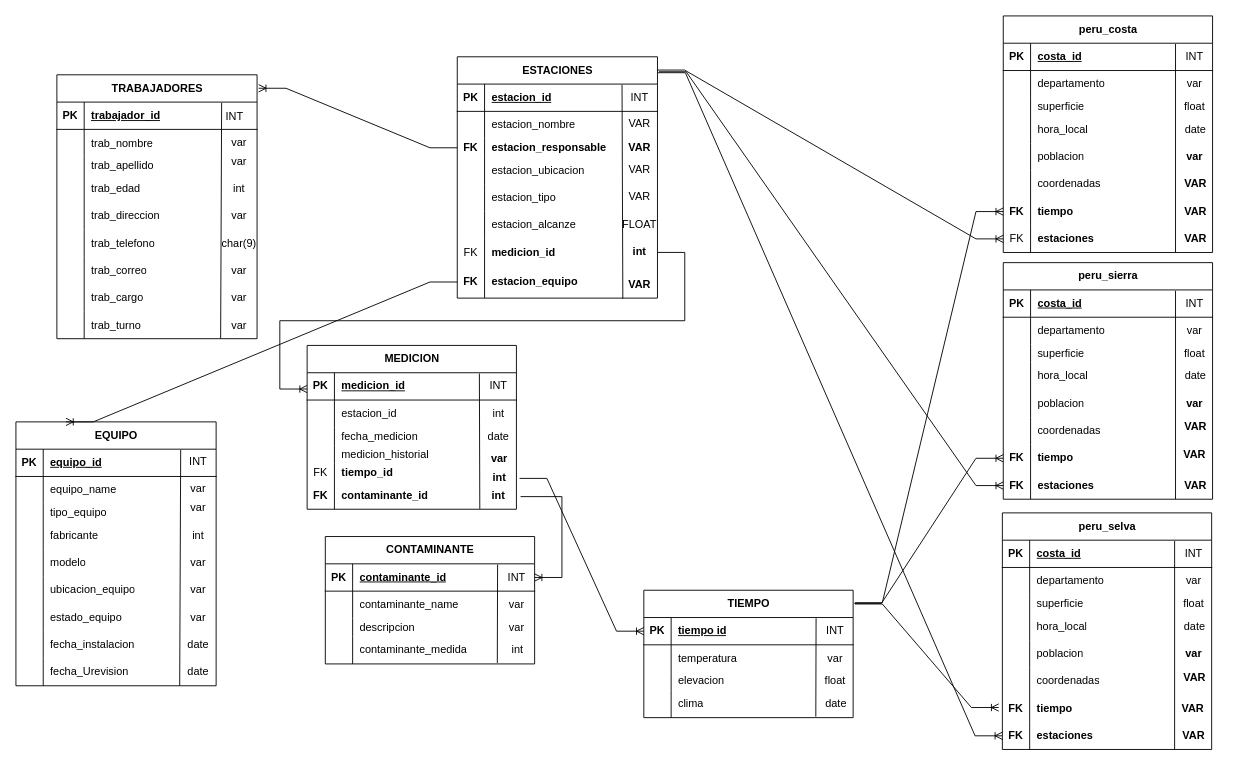
Above: Diagrama sin título.drawio in Sam282004/DB-CARRION (draw.io), before the change. Source tidied: cells renumbered, new cells numbered last; positions are measured from the earlier drawing's top-left corner, leaving out a move shared by most shapes. Both pictures are drawn from the tidied source at 91%, with x=0, y=0 at pixel (15, 15).
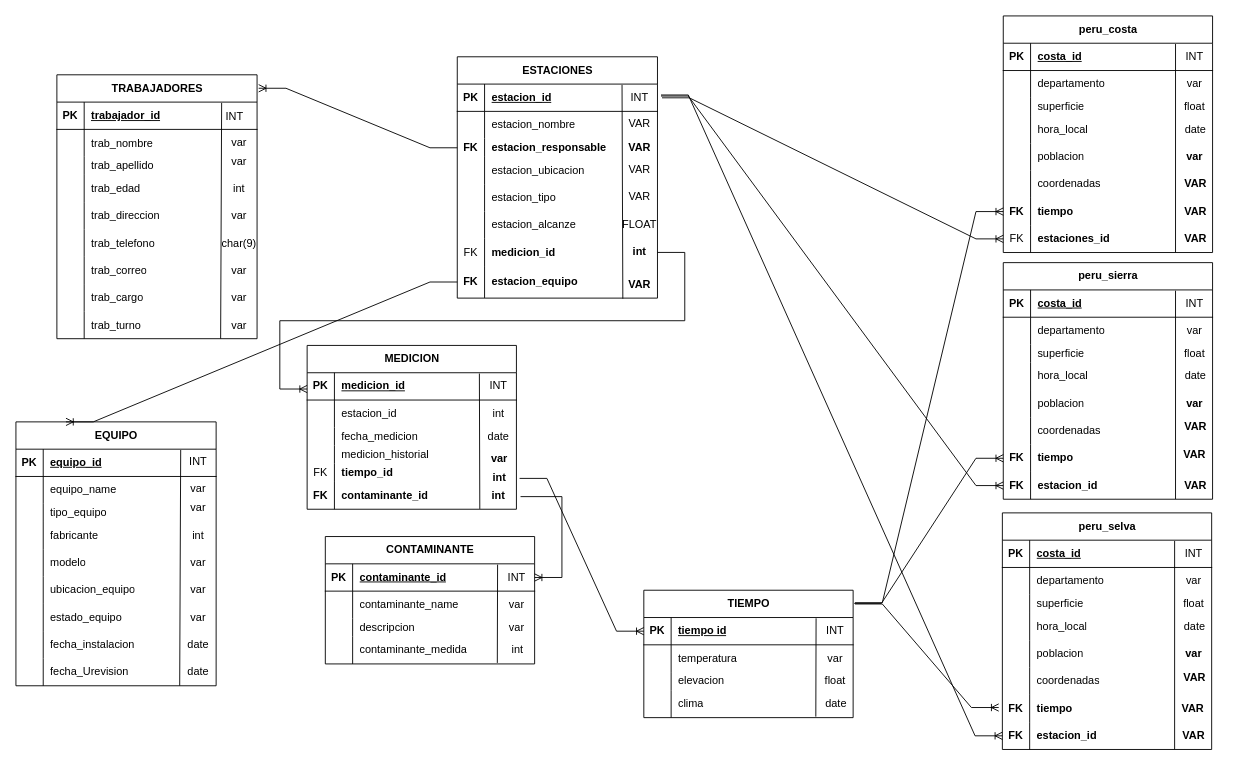
Above is the later version.

The change refers to these unchanged cells:
```xml
<mxCell id="2" value="ESTACIONES" style="shape=table;startSize=30;childLayout=tableLayout;rowLines=0;fontStyle=1;align=center;html=1;" parent="1" vertex="1">
  <mxGeometry x="485" y="44.9" width="220" height="265.2" as="geometry" />
</mxCell>
<mxCell id="28" value="INT" style="text;html=1;align=center;verticalAlign=middle;points=[];strokeColor=none;fillColor=none;" parent="1" vertex="1">
  <mxGeometry x="665" y="74.9" width="40" height="30" as="geometry" />
</mxCell>
<mxCell id="57" style="shape=tableRow;horizontal=0;startSize=0;swimlaneHead=0;swimlaneBody=0;fillColor=none;points=[[0,0.5],[1,0.5]];portConstraint=eastwest;top=0;left=0;right=0;bottom=0;" parent="35" vertex="1">
  <mxGeometry y="230" width="230" height="30" as="geometry" />
</mxCell>
<mxCell id="167" style="shape=tableRow;horizontal=0;startSize=0;swimlaneHead=0;swimlaneBody=0;fillColor=none;points=[[0,0.5],[1,0.5]];portConstraint=eastwest;top=0;left=0;right=0;bottom=0;" parent="145" vertex="1">
  <mxGeometry y="230" width="230" height="30" as="geometry" />
</mxCell>
<mxCell id="199" style="shape=tableRow;horizontal=0;startSize=0;swimlaneHead=0;swimlaneBody=0;fillColor=none;points=[[0,0.5],[1,0.5]];portConstraint=eastwest;top=0;left=0;right=0;bottom=0;" parent="177" vertex="1">
  <mxGeometry y="230" width="230" height="30" as="geometry" />
</mxCell>
```

Diff of the diagram source:
```diff
@@
-    <mxCell id="59" value="&lt;b&gt;estaciones&lt;/b&gt;" style="shape=partialRectangle;fillColor=none;top=0;left=0;bottom=0;right=0;align=left;spacingLeft=6;overflow=hidden;whiteSpace=wrap;html=1;" parent="57" vertex="1">
+    <mxCell id="59" value="&lt;b&gt;estaciones_id&lt;/b&gt;" style="shape=partialRectangle;fillColor=none;top=0;left=0;bottom=0;right=0;align=left;spacingLeft=6;overflow=hidden;whiteSpace=wrap;html=1;" parent="57" vertex="1">
       <mxGeometry x="30" width="200" height="30" as="geometry" />
     </mxCell>
@@
-    <mxCell id="169" value="&lt;b&gt;estaciones&lt;/b&gt;" style="shape=partialRectangle;fillColor=none;top=0;left=0;bottom=0;right=0;align=left;spacingLeft=6;overflow=hidden;whiteSpace=wrap;html=1;" parent="167" vertex="1">
+    <mxCell id="169" value="&lt;b&gt;estacion_id&lt;/b&gt;" style="shape=partialRectangle;fillColor=none;top=0;left=0;bottom=0;right=0;align=left;spacingLeft=6;overflow=hidden;whiteSpace=wrap;html=1;" parent="167" vertex="1">
       <mxGeometry x="30" width="200" height="30" as="geometry" />
     </mxCell>
@@
-    <mxCell id="201" value="&lt;b&gt;estaciones&lt;/b&gt;" style="shape=partialRectangle;fillColor=none;top=0;left=0;bottom=0;right=0;align=left;spacingLeft=6;overflow=hidden;whiteSpace=wrap;html=1;" parent="199" vertex="1">
+    <mxCell id="201" value="&lt;b&gt;estacion_id&lt;/b&gt;" style="shape=partialRectangle;fillColor=none;top=0;left=0;bottom=0;right=0;align=left;spacingLeft=6;overflow=hidden;whiteSpace=wrap;html=1;" parent="199" vertex="1">
       <mxGeometry x="30" width="200" height="30" as="geometry" />
     </mxCell>
@@
-    <mxCell id="209" style="edgeStyle=entityRelationEdgeStyle;fontSize=12;html=1;endArrow=ERoneToMany;rounded=0;exitX=0.999;exitY=0.055;exitDx=0;exitDy=0;exitPerimeter=0;entryX=0;entryY=0.5;entryDx=0;entryDy=0;" parent="1" edge="1" source="2" target="57">
-      <mxGeometry relative="1" as="geometry" />
+    <mxCell id="209" style="edgeStyle=entityRelationEdgeStyle;fontSize=12;html=1;endArrow=ERoneToMany;rounded=0;entryX=0;entryY=0.5;entryDx=0;entryDy=0;" parent="1" edge="1" target="57">
+      <mxGeometry relative="1" as="geometry">
+        <mxPoint x="710" y="90" as="sourcePoint" />
+      </mxGeometry>
     </mxCell>
-    <mxCell id="210" style="edgeStyle=entityRelationEdgeStyle;fontSize=12;html=1;endArrow=ERoneToMany;rounded=0;exitX=1.007;exitY=0.062;exitDx=0;exitDy=0;exitPerimeter=0;entryX=0;entryY=0.5;entryDx=0;entryDy=0;" parent="1" edge="1" source="2" target="167">
+    <mxCell id="210" style="edgeStyle=entityRelationEdgeStyle;fontSize=12;html=1;endArrow=ERoneToMany;rounded=0;exitX=1.097;exitY=0.438;exitDx=0;exitDy=0;exitPerimeter=0;entryX=0;entryY=0.5;entryDx=0;entryDy=0;" parent="1" edge="1" source="28" target="167">
       <mxGeometry relative="1" as="geometry" />
     </mxCell>
-    <mxCell id="211" style="edgeStyle=entityRelationEdgeStyle;fontSize=12;html=1;endArrow=ERoneToMany;rounded=0;exitX=1.003;exitY=0.066;exitDx=0;exitDy=0;exitPerimeter=0;entryX=0;entryY=0.5;entryDx=0;entryDy=0;" parent="1" edge="1" source="2" target="199">
+    <mxCell id="211" style="edgeStyle=entityRelationEdgeStyle;fontSize=12;html=1;endArrow=ERoneToMany;rounded=0;exitX=1.097;exitY=0.399;exitDx=0;exitDy=0;exitPerimeter=0;entryX=0;entryY=0.5;entryDx=0;entryDy=0;" parent="1" edge="1" source="28" target="199">
       <mxGeometry relative="1" as="geometry" />
     </mxCell>
```
